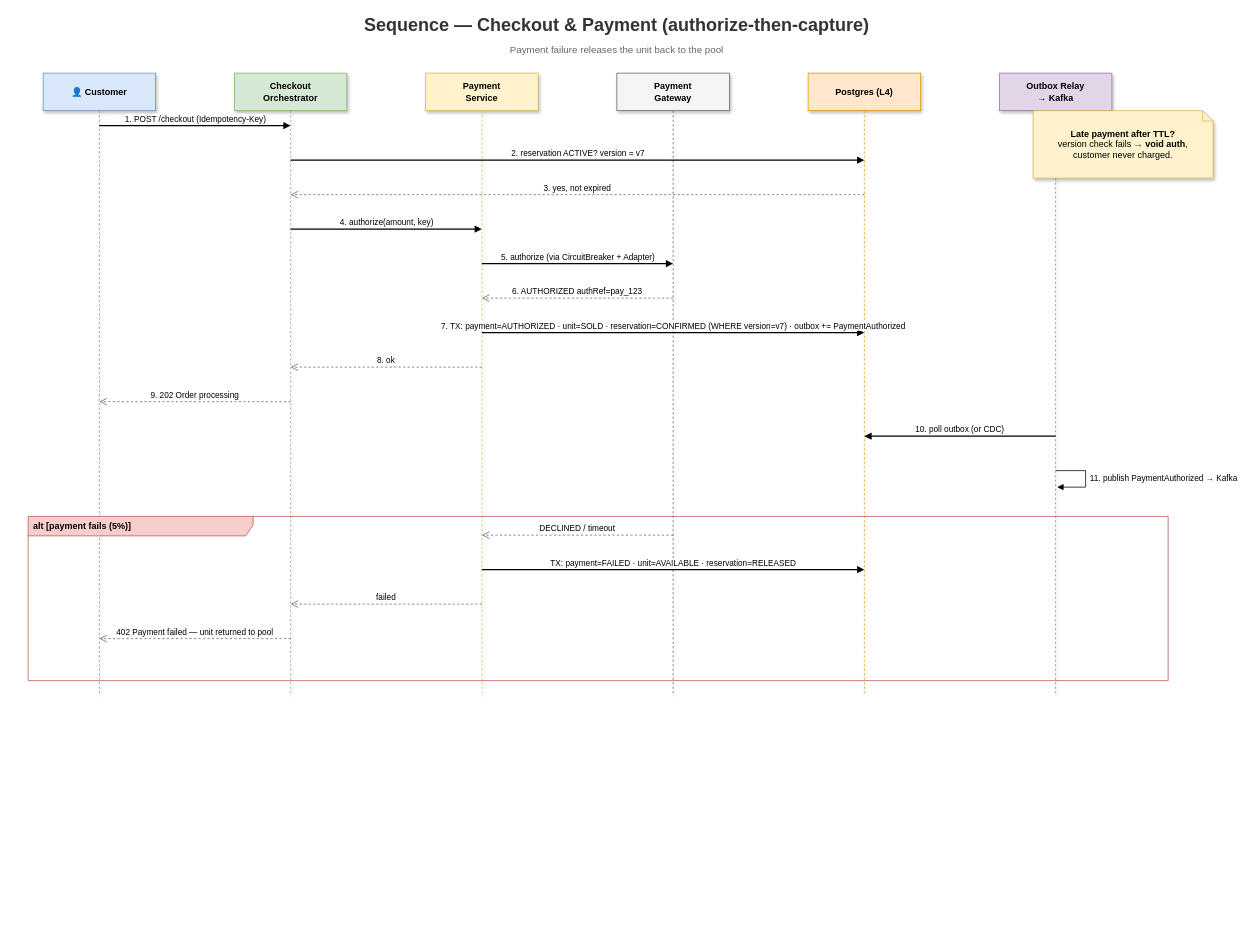
This is 03_LLD/tools/seq_payment.drawio from sivaangayarkanni/SalesStrom-Ecommerce-platform, a draw.io file, before an edit. Source tidied: cells renumbered, new cells numbered last; positions are measured from the earlier drawing's top-left corner, leaving out a move shared by most shapes. Both pictures are drawn from the tidied source at 75%, with x=0, y=0 at pixel (13, 13).
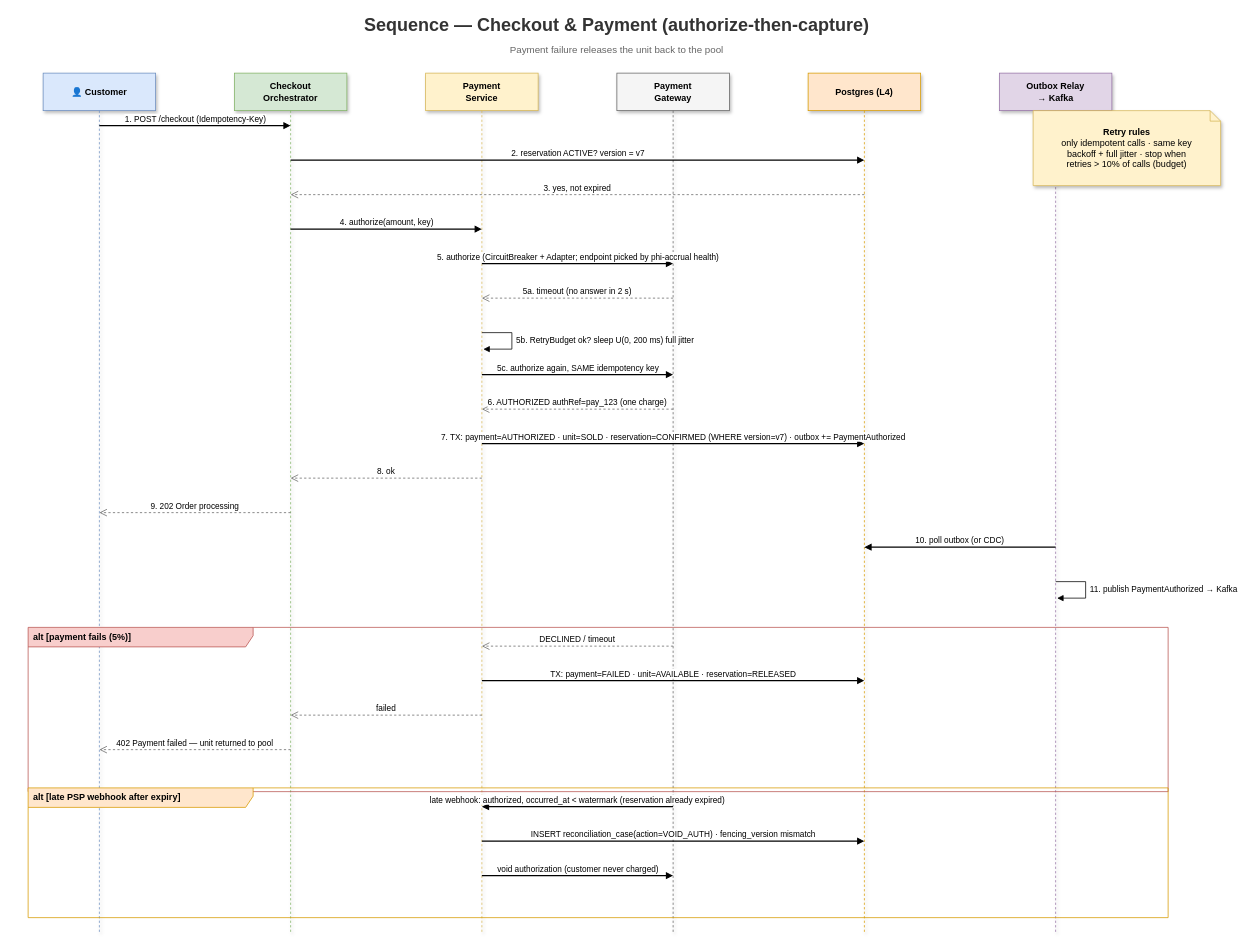
The same page after the edit.

Change to the diagram source:
```diff
@@
     <mxCell id="3" value="&amp;#128100; Customer" style="shape=umlLifeline;perimeter=lifelinePerimeter;whiteSpace=wrap;html=1;size=50;shadow=1;fontSize=12;fontStyle=1;fillColor=#dae8fc;strokeColor=#6c8ebf;" parent="1" vertex="1">
-      <mxGeometry x="40" y="80" width="150" height="830" as="geometry" />
+      <mxGeometry x="40" y="80" width="150" height="1146" as="geometry" />
     </mxCell>
     <mxCell id="4" value="Checkout&lt;br&gt;Orchestrator" style="shape=umlLifeline;perimeter=lifelinePerimeter;whiteSpace=wrap;html=1;size=50;shadow=1;fontSize=12;fontStyle=1;fillColor=#d5e8d4;strokeColor=#82b366;" parent="1" vertex="1">
-      <mxGeometry x="295" y="80" width="150" height="830" as="geometry" />
+      <mxGeometry x="295" y="80" width="150" height="1146" as="geometry" />
     </mxCell>
     <mxCell id="5" value="Payment&lt;br&gt;Service" style="shape=umlLifeline;perimeter=lifelinePerimeter;whiteSpace=wrap;html=1;size=50;shadow=1;fontSize=12;fontStyle=1;fillColor=#fff2cc;strokeColor=#d6b656;" parent="1" vertex="1">
-      <mxGeometry x="550" y="80" width="150" height="830" as="geometry" />
+      <mxGeometry x="550" y="80" width="150" height="1146" as="geometry" />
     </mxCell>
     <mxCell id="6" value="Payment&lt;br&gt;Gateway" style="shape=umlLifeline;perimeter=lifelinePerimeter;whiteSpace=wrap;html=1;size=50;shadow=1;fontSize=12;fontStyle=1;fillColor=#f5f5f5;strokeColor=#666666;" parent="1" vertex="1">
-      <mxGeometry x="805" y="80" width="150" height="830" as="geometry" />
+      <mxGeometry x="805" y="80" width="150" height="1146" as="geometry" />
     </mxCell>
     <mxCell id="7" value="Postgres (L4)" style="shape=umlLifeline;perimeter=lifelinePerimeter;whiteSpace=wrap;html=1;size=50;shadow=1;fontSize=12;fontStyle=1;fillColor=#ffe6cc;strokeColor=#d79b00;" parent="1" vertex="1">
-      <mxGeometry x="1060" y="80" width="150" height="830" as="geometry" />
+      <mxGeometry x="1060" y="80" width="150" height="1146" as="geometry" />
     </mxCell>
     <mxCell id="8" value="Outbox Relay&lt;br&gt;→ Kafka" style="shape=umlLifeline;perimeter=lifelinePerimeter;whiteSpace=wrap;html=1;size=50;shadow=1;fontSize=12;fontStyle=1;fillColor=#e1d5e7;strokeColor=#9673a6;" parent="1" vertex="1">
-      <mxGeometry x="1315" y="80" width="150" height="830" as="geometry" />
+      <mxGeometry x="1315" y="80" width="150" height="1146" as="geometry" />
     </mxCell>
@@
-    <mxCell id="13" value="5. authorize  (via CircuitBreaker + Adapter)" style="html=1;verticalAlign=bottom;fontSize=11;labelBackgroundColor=#ffffff;endArrow=block;endFill=1;strokeWidth=1.4;" parent="1" edge="1">
+    <mxCell id="13" value="5. authorize  (CircuitBreaker + Adapter; endpoint picked by phi-accrual health)" style="html=1;verticalAlign=bottom;fontSize=11;labelBackgroundColor=#ffffff;endArrow=block;endFill=1;strokeWidth=1.4;" parent="1" edge="1">
       <mxGeometry relative="1" as="geometry">
         <mxPoint x="625" y="334" as="sourcePoint" />
         <mxPoint x="880" y="334" as="targetPoint" />
       </mxGeometry>
     </mxCell>
-    <mxCell id="14" value="6. AUTHORIZED  authRef=pay_123" style="html=1;verticalAlign=bottom;fontSize=11;labelBackgroundColor=#ffffff;dashed=1;endArrow=open;endSize=8;strokeColor=#666666;" parent="1" edge="1">
+    <mxCell id="14" value="5a. timeout (no answer in 2 s)" style="html=1;verticalAlign=bottom;fontSize=11;labelBackgroundColor=#ffffff;dashed=1;endArrow=open;endSize=8;strokeColor=#666666;" parent="1" edge="1">
       <mxGeometry relative="1" as="geometry">
         <mxPoint x="880" y="380" as="sourcePoint" />
         <mxPoint x="625" y="380" as="targetPoint" />
       </mxGeometry>
     </mxCell>
-    <mxCell id="15" value="7. TX: payment=AUTHORIZED · unit=SOLD · reservation=CONFIRMED (WHERE version=v7) · outbox += PaymentAuthorized" style="html=1;verticalAlign=bottom;fontSize=11;labelBackgroundColor=#ffffff;endArrow=block;endFill=1;strokeWidth=1.4;" parent="1" edge="1">
+    <mxCell id="15" value="5b. RetryBudget ok? sleep U(0, 200 ms) full jitter" style="html=1;align=left;spacingLeft=4;endArrow=block;rounded=0;fontSize=11;labelBackgroundColor=#ffffff;" parent="1" edge="1">
       <mxGeometry relative="1" as="geometry">
         <mxPoint x="625" y="426" as="sourcePoint" />
-        <mxPoint x="1135" y="426" as="targetPoint" />
+        <mxPoint x="627" y="448" as="targetPoint" />
+        <Array as="points">
+          <mxPoint x="665" y="426" />
+          <mxPoint x="665" y="448" />
+        </Array>
       </mxGeometry>
     </mxCell>
-    <mxCell id="16" value="8. ok" style="html=1;verticalAlign=bottom;fontSize=11;labelBackgroundColor=#ffffff;dashed=1;endArrow=open;endSize=8;strokeColor=#666666;" parent="1" edge="1">
+    <mxCell id="16" value="5c. authorize again, SAME idempotency key" style="html=1;verticalAlign=bottom;fontSize=11;labelBackgroundColor=#ffffff;endArrow=block;endFill=1;strokeWidth=1.4;" parent="1" edge="1">
       <mxGeometry relative="1" as="geometry">
-        <mxPoint x="625" y="472" as="sourcePoint" />
-        <mxPoint x="370" y="472" as="targetPoint" />
+        <mxPoint x="625" y="482" as="sourcePoint" />
+        <mxPoint x="880" y="482" as="targetPoint" />
       </mxGeometry>
     </mxCell>
-    <mxCell id="17" value="9. 202 Order processing" style="html=1;verticalAlign=bottom;fontSize=11;labelBackgroundColor=#ffffff;dashed=1;endArrow=open;endSize=8;strokeColor=#666666;" parent="1" edge="1">
+    <mxCell id="17" value="6. AUTHORIZED  authRef=pay_123 (one charge)" style="html=1;verticalAlign=bottom;fontSize=11;labelBackgroundColor=#ffffff;dashed=1;endArrow=open;endSize=8;strokeColor=#666666;" parent="1" edge="1">
       <mxGeometry relative="1" as="geometry">
-        <mxPoint x="370" y="518" as="sourcePoint" />
-        <mxPoint x="115" y="518" as="targetPoint" />
+        <mxPoint x="880" y="528" as="sourcePoint" />
+        <mxPoint x="625" y="528" as="targetPoint" />
       </mxGeometry>
     </mxCell>
-    <mxCell id="18" value="10. poll outbox (or CDC)" style="html=1;verticalAlign=bottom;fontSize=11;labelBackgroundColor=#ffffff;endArrow=block;endFill=1;strokeWidth=1.4;" parent="1" edge="1">
+    <mxCell id="18" value="7. TX: payment=AUTHORIZED · unit=SOLD · reservation=CONFIRMED (WHERE version=v7) · outbox += PaymentAuthorized" style="html=1;verticalAlign=bottom;fontSize=11;labelBackgroundColor=#ffffff;endArrow=block;endFill=1;strokeWidth=1.4;" parent="1" edge="1">
       <mxGeometry relative="1" as="geometry">
-        <mxPoint x="1390" y="564" as="sourcePoint" />
-        <mxPoint x="1135" y="564" as="targetPoint" />
+        <mxPoint x="625" y="574" as="sourcePoint" />
+        <mxPoint x="1135" y="574" as="targetPoint" />
       </mxGeometry>
     </mxCell>
-    <mxCell id="19" value="11. publish PaymentAuthorized → Kafka" style="html=1;align=left;spacingLeft=4;endArrow=block;rounded=0;fontSize=11;labelBackgroundColor=#ffffff;" parent="1" edge="1">
+    <mxCell id="19" value="8. ok" style="html=1;verticalAlign=bottom;fontSize=11;labelBackgroundColor=#ffffff;dashed=1;endArrow=open;endSize=8;strokeColor=#666666;" parent="1" edge="1">
       <mxGeometry relative="1" as="geometry">
-        <mxPoint x="1390" y="610" as="sourcePoint" />
-        <mxPoint x="1392" y="632" as="targetPoint" />
-        <Array as="points">
-          <mxPoint x="1430" y="610" />
-          <mxPoint x="1430" y="632" />
-        </Array>
+        <mxPoint x="625" y="620" as="sourcePoint" />
+        <mxPoint x="370" y="620" as="targetPoint" />
       </mxGeometry>
     </mxCell>
-    <mxCell id="20" value="DECLINED / timeout" style="html=1;verticalAlign=bottom;fontSize=11;labelBackgroundColor=#ffffff;dashed=1;endArrow=open;endSize=8;strokeColor=#666666;" parent="1" edge="1">
+    <mxCell id="20" value="9. 202 Order processing" style="html=1;verticalAlign=bottom;fontSize=11;labelBackgroundColor=#ffffff;dashed=1;endArrow=open;endSize=8;strokeColor=#666666;" parent="1" edge="1">
       <mxGeometry relative="1" as="geometry">
-        <mxPoint x="880" y="696" as="sourcePoint" />
-        <mxPoint x="625" y="696" as="targetPoint" />
+        <mxPoint x="370" y="666" as="sourcePoint" />
+        <mxPoint x="115" y="666" as="targetPoint" />
       </mxGeometry>
     </mxCell>
-    <mxCell id="21" value="TX: payment=FAILED · unit=AVAILABLE · reservation=RELEASED" style="html=1;verticalAlign=bottom;fontSize=11;labelBackgroundColor=#ffffff;endArrow=block;endFill=1;strokeWidth=1.4;" parent="1" edge="1">
+    <mxCell id="21" value="10. poll outbox (or CDC)" style="html=1;verticalAlign=bottom;fontSize=11;labelBackgroundColor=#ffffff;endArrow=block;endFill=1;strokeWidth=1.4;" parent="1" edge="1">
       <mxGeometry relative="1" as="geometry">
-        <mxPoint x="625" y="742" as="sourcePoint" />
-        <mxPoint x="1135" y="742" as="targetPoint" />
+        <mxPoint x="1390" y="712" as="sourcePoint" />
+        <mxPoint x="1135" y="712" as="targetPoint" />
       </mxGeometry>
     </mxCell>
-    <mxCell id="22" value="failed" style="html=1;verticalAlign=bottom;fontSize=11;labelBackgroundColor=#ffffff;dashed=1;endArrow=open;endSize=8;strokeColor=#666666;" parent="1" edge="1">
+    <mxCell id="22" value="11. publish PaymentAuthorized → Kafka" style="html=1;align=left;spacingLeft=4;endArrow=block;rounded=0;fontSize=11;labelBackgroundColor=#ffffff;" parent="1" edge="1">
       <mxGeometry relative="1" as="geometry">
-        <mxPoint x="625" y="788" as="sourcePoint" />
-        <mxPoint x="370" y="788" as="targetPoint" />
+        <mxPoint x="1390" y="758" as="sourcePoint" />
+        <mxPoint x="1392" y="780" as="targetPoint" />
+        <Array as="points">
+          <mxPoint x="1430" y="758" />
+          <mxPoint x="1430" y="780" />
+        </Array>
       </mxGeometry>
     </mxCell>
-    <mxCell id="23" value="402 Payment failed — unit returned to pool" style="html=1;verticalAlign=bottom;fontSize=11;labelBackgroundColor=#ffffff;dashed=1;endArrow=open;endSize=8;strokeColor=#666666;" parent="1" edge="1">
+    <mxCell id="23" value="DECLINED / timeout" style="html=1;verticalAlign=bottom;fontSize=11;labelBackgroundColor=#ffffff;dashed=1;endArrow=open;endSize=8;strokeColor=#666666;" parent="1" edge="1">
       <mxGeometry relative="1" as="geometry">
-        <mxPoint x="370" y="834" as="sourcePoint" />
-        <mxPoint x="115" y="834" as="targetPoint" />
+        <mxPoint x="880" y="844" as="sourcePoint" />
+        <mxPoint x="625" y="844" as="targetPoint" />
       </mxGeometry>
     </mxCell>
+    <mxCell id="26" value="TX: payment=FAILED · unit=AVAILABLE · reservation=RELEASED" style="html=1;verticalAlign=bottom;fontSize=11;labelBackgroundColor=#ffffff;endArrow=block;endFill=1;strokeWidth=1.4;" parent="1" edge="1">
+      <mxGeometry relative="1" as="geometry">
+        <mxPoint x="625" y="890" as="sourcePoint" />
+        <mxPoint x="1135" y="890" as="targetPoint" />
+      </mxGeometry>
+    </mxCell>
+    <mxCell id="27" value="failed" style="html=1;verticalAlign=bottom;fontSize=11;labelBackgroundColor=#ffffff;dashed=1;endArrow=open;endSize=8;strokeColor=#666666;" parent="1" edge="1">
+      <mxGeometry relative="1" as="geometry">
+        <mxPoint x="625" y="936" as="sourcePoint" />
+        <mxPoint x="370" y="936" as="targetPoint" />
+      </mxGeometry>
+    </mxCell>
+    <mxCell id="28" value="402 Payment failed — unit returned to pool" style="html=1;verticalAlign=bottom;fontSize=11;labelBackgroundColor=#ffffff;dashed=1;endArrow=open;endSize=8;strokeColor=#666666;" parent="1" edge="1">
+      <mxGeometry relative="1" as="geometry">
+        <mxPoint x="370" y="982" as="sourcePoint" />
+        <mxPoint x="115" y="982" as="targetPoint" />
+      </mxGeometry>
+    </mxCell>
     <mxCell id="24" value="alt  [payment fails (5%)]" style="shape=umlFrame;whiteSpace=wrap;html=1;width=300;height=26;boundedLbl=1;verticalAlign=middle;align=left;spacingLeft=5;fontSize=12;fontStyle=1;fillColor=#f8cecc;strokeColor=#b85450;swimlaneFillColor=none;" parent="1" vertex="1">
-      <mxGeometry x="20" y="671" width="1520" height="219" as="geometry" />
+      <mxGeometry x="20" y="819" width="1520" height="219" as="geometry" />
     </mxCell>
-    <mxCell id="25" value="&lt;b&gt;Late payment after TTL?&lt;/b&gt;&lt;br&gt;version check fails → &lt;b&gt;void auth&lt;/b&gt;,&lt;br&gt;customer never charged." style="shape=note;whiteSpace=wrap;html=1;size=14;shadow=1;fontSize=12;fillColor=#fff2cc;strokeColor=#d6b656;" parent="1" vertex="1">
-      <mxGeometry x="1360" y="130" width="240" height="90" as="geometry" />
-    </mxCell>
+    <mxCell id="29" value="late webhook: authorized, occurred_at &lt; watermark (reservation already expired)" style="html=1;verticalAlign=bottom;fontSize=11;labelBackgroundColor=#ffffff;endArrow=block;endFill=1;strokeWidth=1.4;" parent="1" edge="1">
+      <mxGeometry relative="1" as="geometry">
+        <mxPoint x="880" y="1058" as="sourcePoint" />
+        <mxPoint x="625" y="1058" as="targetPoint" />
+      </mxGeometry>
+    </mxCell>
+    <mxCell id="30" value="INSERT reconciliation_case(action=VOID_AUTH)  ·  fencing_version mismatch" style="html=1;verticalAlign=bottom;fontSize=11;labelBackgroundColor=#ffffff;endArrow=block;endFill=1;strokeWidth=1.4;" parent="1" edge="1">
+      <mxGeometry relative="1" as="geometry">
+        <mxPoint x="625" y="1104" as="sourcePoint" />
+        <mxPoint x="1135" y="1104" as="targetPoint" />
+      </mxGeometry>
+    </mxCell>
+    <mxCell id="31" value="void authorization  (customer never charged)" style="html=1;verticalAlign=bottom;fontSize=11;labelBackgroundColor=#ffffff;endArrow=block;endFill=1;strokeWidth=1.4;" parent="1" edge="1">
+      <mxGeometry relative="1" as="geometry">
+        <mxPoint x="625" y="1150" as="sourcePoint" />
+        <mxPoint x="880" y="1150" as="targetPoint" />
+      </mxGeometry>
+    </mxCell>
+    <mxCell id="32" value="alt  [late PSP webhook after expiry]" style="shape=umlFrame;whiteSpace=wrap;html=1;width=300;height=26;boundedLbl=1;verticalAlign=middle;align=left;spacingLeft=5;fontSize=12;fontStyle=1;fillColor=#ffe6cc;strokeColor=#d79b00;swimlaneFillColor=none;" parent="1" vertex="1">
+      <mxGeometry x="20" y="1033" width="1520" height="173" as="geometry" />
+    </mxCell>
+    <mxCell id="33" value="&lt;b&gt;Retry rules&lt;/b&gt;&lt;br&gt;only idempotent calls · same key&lt;br&gt;backoff + full jitter · stop when&lt;br&gt;retries &amp;gt; 10% of calls (budget)" style="shape=note;whiteSpace=wrap;html=1;size=14;shadow=1;fontSize=12;fillColor=#fff2cc;strokeColor=#d6b656;" parent="1" vertex="1">
+      <mxGeometry x="1360" y="130" width="250" height="100" as="geometry" />
+    </mxCell>
```
